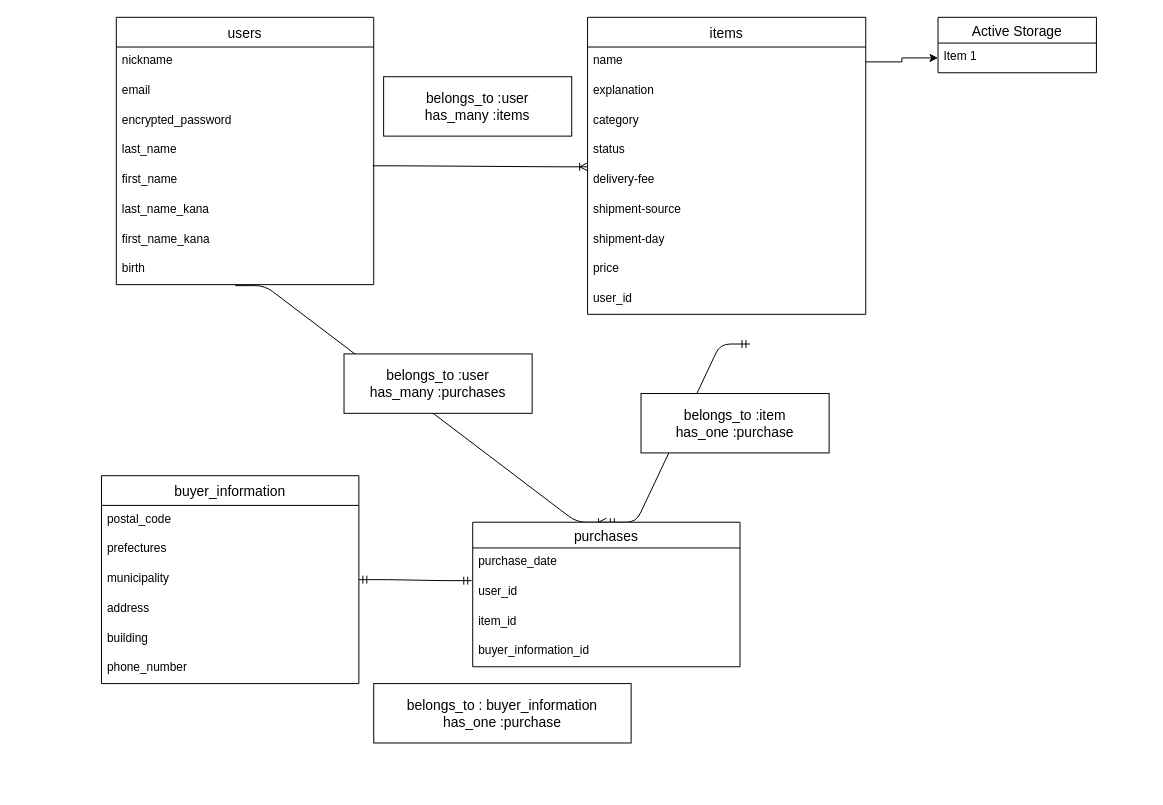
ALBAS23/furima-28673 keeps this draw.io diagram as Database.dio. Above is the earlier version. Source tidied: cells renumbered, new cells numbered last; positions are measured from the earlier drawing's top-left corner, leaving out a move shared by most shapes. Both pictures are drawn from the tidied source at 99%, with x=0, y=0 at pixel (101, 17).
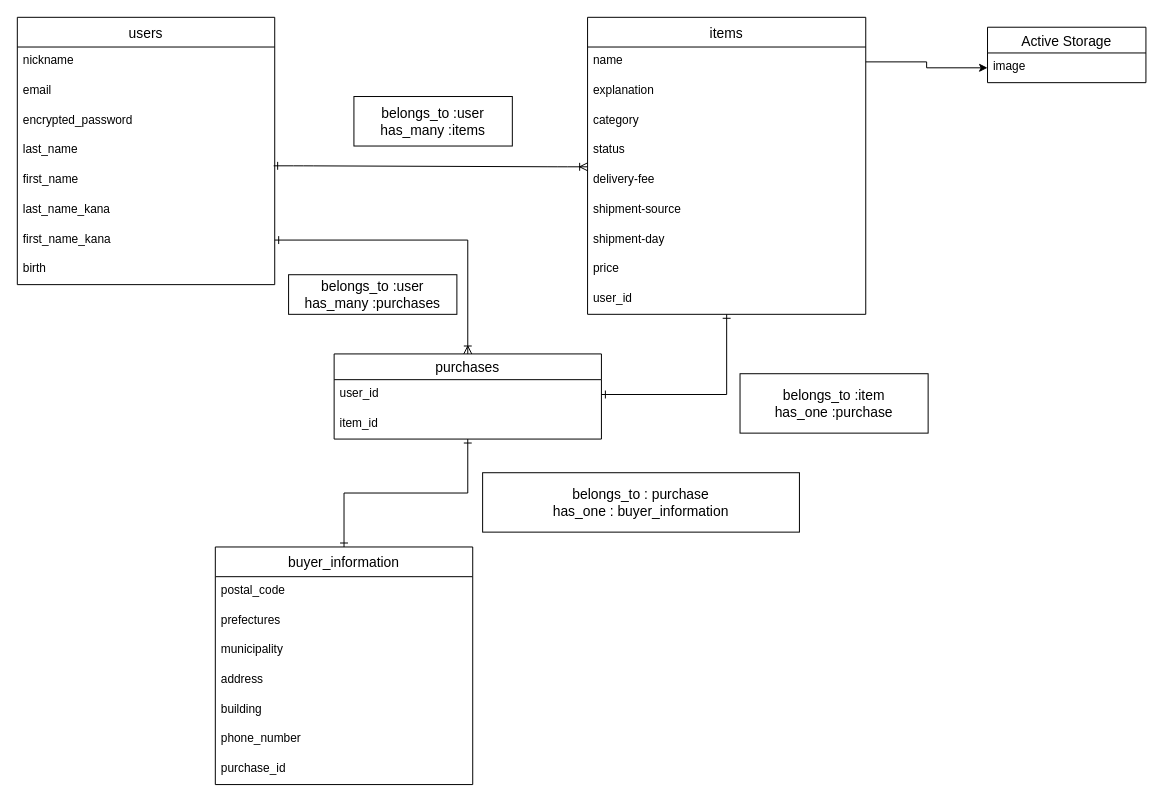
The same page after the edit.

Commit message (it also covers changes not shown here):
データベース設計_修正３

The change refers to these unchanged cells:
```xml
<mxCell id="5" value="municipality" style="text;strokeColor=none;fillColor=none;spacingLeft=4;spacingRight=4;overflow=hidden;points=[[0,0.5],[1,0.5]];portConstraint=eastwest;fontSize=12;rotation=0;" parent="2" vertex="1">
  <mxGeometry y="90" width="260" height="30" as="geometry" />
</mxCell>
<mxCell id="14" value="first_name" style="text;strokeColor=none;fillColor=none;spacingLeft=4;spacingRight=4;overflow=hidden;points=[[0,0.5],[1,0.5]];portConstraint=eastwest;fontSize=12;rotation=0;" parent="9" vertex="1">
  <mxGeometry y="150" width="260" height="30" as="geometry" />
</mxCell>
<mxCell id="16" value="first_name_kana" style="text;strokeColor=none;fillColor=none;spacingLeft=4;spacingRight=4;overflow=hidden;points=[[0,0.5],[1,0.5]];portConstraint=eastwest;fontSize=12;rotation=0;" parent="9" vertex="1">
  <mxGeometry y="210" width="260" height="30" as="geometry" />
</mxCell>
<mxCell id="18" value="items" style="swimlane;fontStyle=0;horizontal=1;startSize=30;align=center;fontSize=14;rotation=0;" parent="1" vertex="1">
  <mxGeometry x="491" width="281" height="300" as="geometry" />
</mxCell>
<mxCell id="23" value="delivery-fee" style="text;strokeColor=none;fillColor=none;spacingLeft=4;spacingRight=4;overflow=hidden;points=[[0,0.5],[1,0.5]];portConstraint=eastwest;fontSize=12;rotation=0;" parent="18" vertex="1">
  <mxGeometry y="150" width="281" height="30" as="geometry" />
</mxCell>
```

What changed in the source:
```diff
@@
     <mxCell id="2" value="buyer_information" style="swimlane;fontStyle=0;horizontal=1;startSize=30;align=center;fontSize=14;rotation=0;" parent="1" vertex="1">
-      <mxGeometry y="463" width="260" height="210" as="geometry" />
+      <mxGeometry x="115" y="535" width="260" height="240" as="geometry" />
     </mxCell>
@@
+    <mxCell id="44" value="phone_number&#10;" style="text;strokeColor=none;fillColor=none;spacingLeft=4;spacingRight=4;overflow=hidden;fontSize=12;rotation=0;" parent="2" vertex="1">
+      <mxGeometry y="180" width="260" height="30" as="geometry" />
+    </mxCell>
-    <mxCell id="8" value="phone_number&#10;" style="text;strokeColor=none;fillColor=none;spacingLeft=4;spacingRight=4;overflow=hidden;fontSize=12;rotation=0;" parent="2" vertex="1">
-      <mxGeometry y="180" width="260" height="30" as="geometry" />
+    <mxCell id="8" value="purchase_id" style="text;strokeColor=none;fillColor=none;spacingLeft=4;spacingRight=4;overflow=hidden;fontSize=12;rotation=0;" parent="2" vertex="1">
+      <mxGeometry y="210" width="260" height="30" as="geometry" />
     </mxCell>
     <mxCell id="9" value="users" style="swimlane;fontStyle=0;horizontal=1;startSize=30;align=center;fontSize=14;rotation=0;" parent="1" vertex="1">
-      <mxGeometry x="15" width="260" height="270" as="geometry" />
+      <mxGeometry x="-85" width="260" height="270" as="geometry" />
     </mxCell>
@@
+    <mxCell id="45" style="edgeStyle=orthogonalEdgeStyle;rounded=0;jettySize=auto;html=1;entryX=1;entryY=0.5;entryDx=0;entryDy=0;startArrow=ERone;startFill=0;endArrow=ERone;endFill=0;" parent="1" edge="1" source="18" target="36">
+      <mxGeometry relative="1" as="geometry" />
+    </mxCell>
@@
-    <mxCell id="28" style="edgeStyle=entityRelationEdgeStyle;fontSize=12;html=1;endArrow=ERmandOne;startArrow=ERmandOne;exitX=0.5;exitY=0;exitDx=0;exitDy=0;" parent="18" edge="1" source="34">
-      <mxGeometry relative="1" as="geometry">
-        <mxPoint x="164" y="330" as="targetPoint" />
-      </mxGeometry>
-    </mxCell>
-    <mxCell id="29" style="edgeStyle=entityRelationEdgeStyle;fontSize=12;html=1;endArrow=ERoneToMany;entryX=0;entryY=0.033;entryDx=0;entryDy=0;entryPerimeter=0;exitX=0.996;exitY=0;exitDx=0;exitDy=0;exitPerimeter=0;" parent="1" edge="1" source="14" target="23">
+    <mxCell id="29" style="edgeStyle=entityRelationEdgeStyle;fontSize=12;html=1;endArrow=ERoneToMany;entryX=0;entryY=0.033;entryDx=0;entryDy=0;entryPerimeter=0;exitX=0.996;exitY=0;exitDx=0;exitDy=0;exitPerimeter=0;startArrow=ERone;startFill=0;" parent="1" edge="1" source="14" target="23">
       <mxGeometry relative="1" as="geometry" />
     </mxCell>
-    <mxCell id="30" style="edgeStyle=entityRelationEdgeStyle;fontSize=12;html=1;endArrow=ERoneToMany;entryX=0.5;entryY=0;entryDx=0;entryDy=0;" parent="1" edge="1" target="34">
-      <mxGeometry relative="1" as="geometry">
-        <mxPoint x="135" y="271" as="sourcePoint" />
-      </mxGeometry>
-    </mxCell>
     <mxCell id="31" value="belongs_to :item&lt;br&gt;has_one :purchase" style="whiteSpace=wrap;html=1;startSize=30;fontSize=14;" parent="1" vertex="1">
-      <mxGeometry x="545" y="380" width="190" height="60" as="geometry" />
+      <mxGeometry x="645" y="360" width="190" height="60" as="geometry" />
     </mxCell>
     <mxCell id="32" value="belongs_to :user&lt;br&gt;has_many :purchases" style="whiteSpace=wrap;html=1;startSize=30;fontSize=14;" parent="1" vertex="1">
-      <mxGeometry x="245" y="340" width="190" height="60" as="geometry" />
+      <mxGeometry x="189" y="260" width="170" height="40" as="geometry" />
     </mxCell>
     <mxCell id="33" value="belongs_to :user&lt;br&gt;has_many :items" style="whiteSpace=wrap;html=1;startSize=30;fontSize=14;" parent="1" vertex="1">
-      <mxGeometry x="285" y="60" width="190" height="60" as="geometry" />
+      <mxGeometry x="255" y="80" width="160" height="50" as="geometry" />
     </mxCell>
+    <mxCell id="46" style="edgeStyle=orthogonalEdgeStyle;rounded=0;jettySize=auto;html=1;entryX=0.5;entryY=0;entryDx=0;entryDy=0;startArrow=ERone;startFill=0;endArrow=ERone;endFill=0;" parent="1" edge="1" source="34" target="2">
+      <mxGeometry relative="1" as="geometry" />
+    </mxCell>
     <mxCell id="34" value="purchases" style="swimlane;fontStyle=0;horizontal=1;startSize=26;align=center;fontSize=14;" parent="1" vertex="1">
-      <mxGeometry x="375" y="510" width="270" height="146" as="geometry" />
+      <mxGeometry x="235" y="340" width="270" height="86" as="geometry" />
     </mxCell>
-    <mxCell id="35" value="purchase_date" style="text;strokeColor=none;fillColor=none;spacingLeft=4;spacingRight=4;overflow=hidden;fontSize=12;" parent="34" vertex="1">
-      <mxGeometry y="26" width="270" height="30" as="geometry" />
-    </mxCell>
     <mxCell id="36" value="user_id" style="text;strokeColor=none;fillColor=none;spacingLeft=4;spacingRight=4;overflow=hidden;points=[[0,0.5],[1,0.5]];portConstraint=eastwest;fontSize=12;" parent="34" vertex="1">
-      <mxGeometry y="56" width="270" height="30" as="geometry" />
+      <mxGeometry y="26" width="270" height="30" as="geometry" />
     </mxCell>
     <mxCell id="37" value="item_id" style="text;strokeColor=none;fillColor=none;spacingLeft=4;spacingRight=4;overflow=hidden;fontSize=12;" parent="34" vertex="1">
-      <mxGeometry y="86" width="270" height="30" as="geometry" />
+      <mxGeometry y="56" width="270" height="30" as="geometry" />
     </mxCell>
-    <mxCell id="38" value="buyer_information_id" style="text;strokeColor=none;fillColor=none;spacingLeft=4;spacingRight=4;overflow=hidden;fontSize=12;" parent="34" vertex="1">
-      <mxGeometry y="116" width="270" height="30" as="geometry" />
-    </mxCell>
-    <mxCell id="39" style="edgeStyle=entityRelationEdgeStyle;fontSize=12;html=1;endArrow=ERmandOne;startArrow=ERmandOne;exitX=1;exitY=0.5;exitDx=0;exitDy=0;entryX=-0.004;entryY=0.1;entryDx=0;entryDy=0;entryPerimeter=0;" parent="1" edge="1" source="5" target="36">
-      <mxGeometry relative="1" as="geometry" />
-    </mxCell>
-    <mxCell id="40" value="belongs_to : buyer_information&lt;br&gt;has_one :purchase" style="whiteSpace=wrap;html=1;startSize=30;fontSize=14;" parent="1" vertex="1">
-      <mxGeometry x="275" y="673" width="260" height="60" as="geometry" />
+    <mxCell id="40" value="belongs_to : purchase&lt;br&gt;has_one : buyer_information" style="whiteSpace=wrap;html=1;startSize=30;fontSize=14;" parent="1" vertex="1">
+      <mxGeometry x="385" y="460" width="320" height="60" as="geometry" />
     </mxCell>
     <mxCell id="41" value="Active Storage" style="swimlane;fontStyle=0;horizontal=1;startSize=26;align=center;fontSize=14;" parent="1" vertex="1">
-      <mxGeometry x="845" width="160" height="56" as="geometry" />
+      <mxGeometry x="895" y="10" width="160" height="56" as="geometry" />
     </mxCell>
-    <mxCell id="42" value="Item 1" style="text;strokeColor=none;fillColor=none;spacingLeft=4;spacingRight=4;overflow=hidden;points=[[0,0.5],[1,0.5]];portConstraint=eastwest;fontSize=12;" parent="41" vertex="1">
+    <mxCell id="42" value="image" style="text;strokeColor=none;fillColor=none;spacingLeft=4;spacingRight=4;overflow=hidden;points=[[0,0.5],[1,0.5]];portConstraint=eastwest;fontSize=12;" parent="41" vertex="1">
       <mxGeometry y="26" width="160" height="30" as="geometry" />
     </mxCell>
@@
+    <mxCell id="47" style="edgeStyle=orthogonalEdgeStyle;rounded=0;jettySize=auto;html=1;startArrow=ERone;startFill=0;endArrow=ERoneToMany;endFill=0;exitX=1;exitY=0.5;exitDx=0;exitDy=0;" parent="1" edge="1" source="16" target="34">
+      <mxGeometry relative="1" as="geometry" />
+    </mxCell>
```
